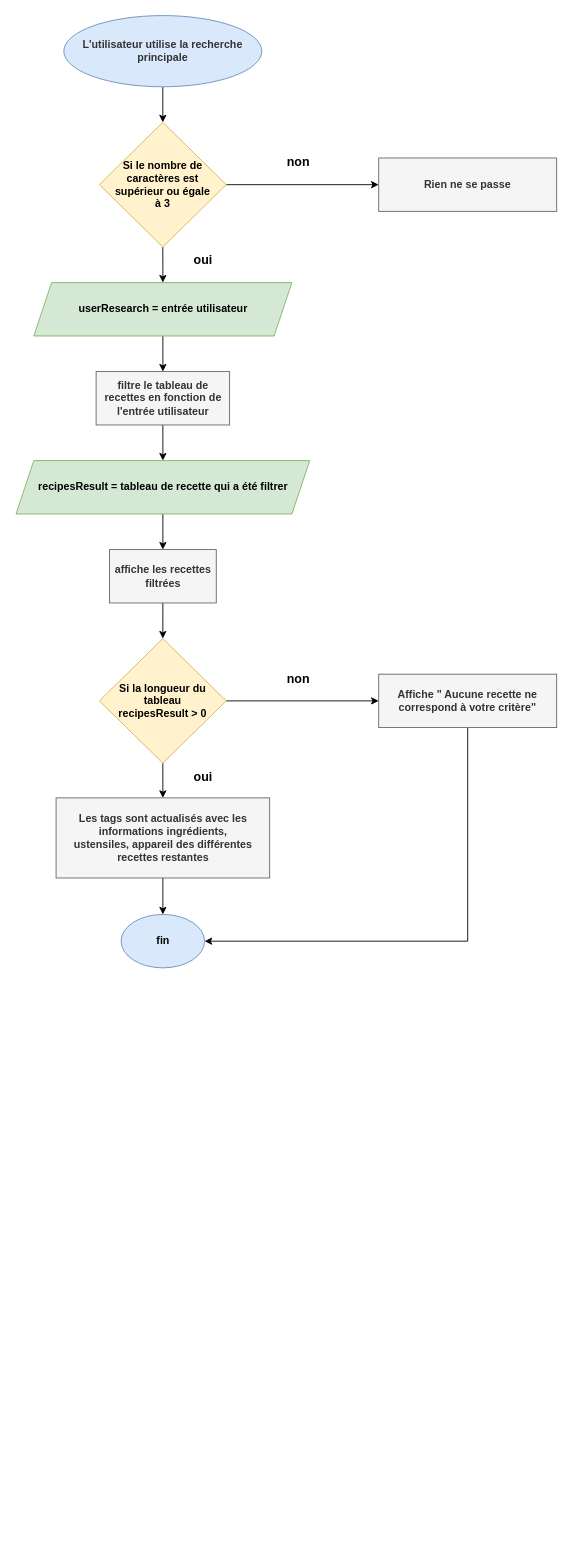
KevinGaborel/Les-petits-plats keeps this draw.io diagram as uml.drawio. Above is the earlier version. Source tidied: cells renumbered, new cells numbered last; positions are measured from the earlier drawing's top-left corner, leaving out a move shared by most shapes. Both pictures are drawn from the tidied source at 89%, with x=0, y=0 at pixel (15, 15).
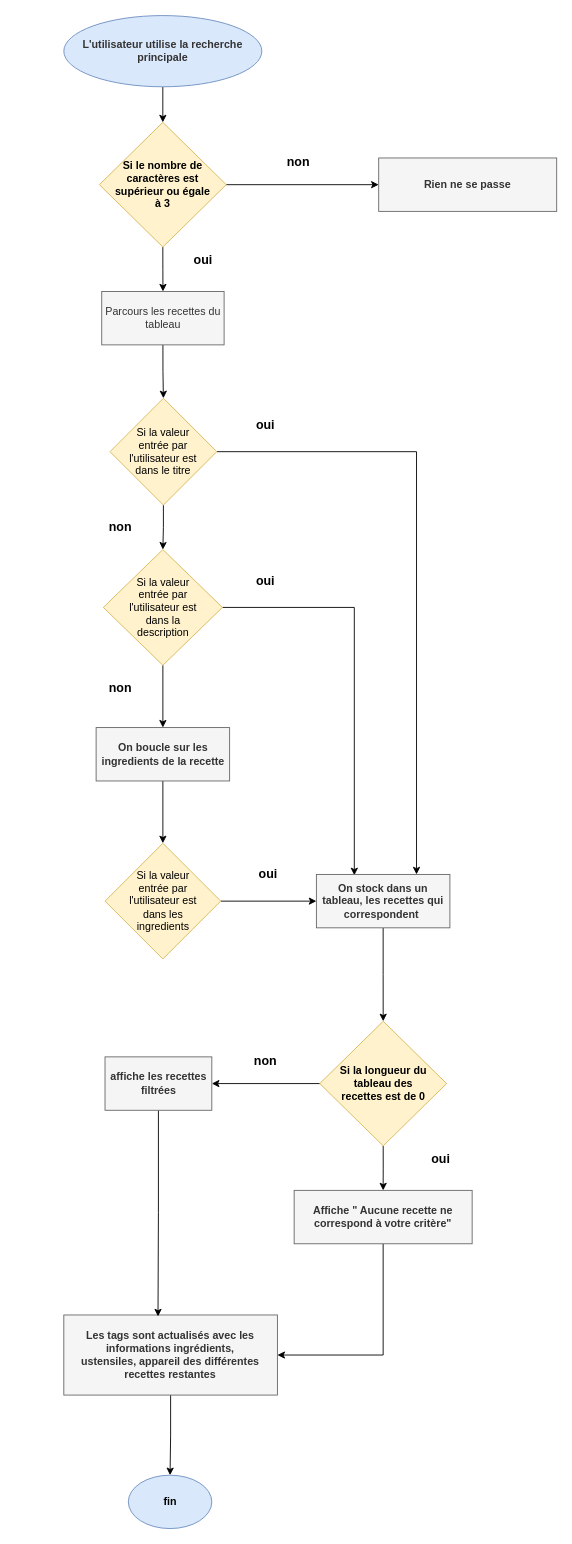
The same diagram, later.

Unchanged cells that the change refers to:
```xml
<mxCell id="6" value="&lt;b&gt;Si le nombre de caractères est supérieur ou égale à 3&lt;/b&gt;" style="rhombus;whiteSpace=wrap;html=1;spacing=15;fillColor=#fff2cc;strokeColor=#d6b656;" parent="1" vertex="1">
  <mxGeometry x="94.2" y="120" width="142.5" height="140" as="geometry" />
</mxCell>
```

The edit, as a diff of the source:
```diff
@@
-    <mxCell id="4" style="edgeStyle=orthogonalEdgeStyle;rounded=0;jettySize=auto;html=1;exitX=0.5;exitY=1;exitDx=0;exitDy=0;entryX=0.5;entryY=0;entryDx=0;entryDy=0;" parent="1" edge="1" source="6" target="12">
-      <mxGeometry relative="1" as="geometry" />
-    </mxCell>
@@
+    <mxCell id="28" style="edgeStyle=orthogonalEdgeStyle;rounded=0;jettySize=auto;html=1;exitX=0.5;exitY=1;exitDx=0;exitDy=0;" parent="1" edge="1" source="6" target="35">
+      <mxGeometry relative="1" as="geometry" />
+    </mxCell>
@@
-    <mxCell id="7" style="edgeStyle=orthogonalEdgeStyle;rounded=0;jettySize=auto;html=1;exitX=0.5;exitY=1;exitDx=0;exitDy=0;entryX=0.5;entryY=0;entryDx=0;entryDy=0;" parent="1" edge="1" source="8" target="10">
-      <mxGeometry relative="1" as="geometry" />
-    </mxCell>
-    <mxCell id="8" value="&lt;b&gt;filtre le tableau de recettes en fonction de l'entrée utilisateur&lt;/b&gt;" style="rounded=0;whiteSpace=wrap;html=1;fillColor=#f5f5f5;fontColor=#333333;strokeColor=#666666;" parent="1" vertex="1">
-      <mxGeometry x="90.5" y="400" width="150" height="60" as="geometry" />
-    </mxCell>
-    <mxCell id="9" style="edgeStyle=orthogonalEdgeStyle;rounded=0;jettySize=auto;html=1;exitX=0.5;exitY=1;exitDx=0;exitDy=0;entryX=0.5;entryY=0;entryDx=0;entryDy=0;" parent="1" edge="1" source="10" target="14">
-      <mxGeometry relative="1" as="geometry" />
-    </mxCell>
-    <mxCell id="10" value="&lt;b&gt;recipesResult = tableau de recette qui a été filtrer&lt;/b&gt;" style="shape=parallelogram;perimeter=parallelogramPerimeter;whiteSpace=wrap;html=1;fixedSize=1;fillColor=#d5e8d4;strokeColor=#82b366;" parent="1" vertex="1">
-      <mxGeometry x="0.5" y="500" width="330" height="60" as="geometry" />
-    </mxCell>
-    <mxCell id="11" style="edgeStyle=orthogonalEdgeStyle;rounded=0;jettySize=auto;html=1;exitX=0.5;exitY=1;exitDx=0;exitDy=0;entryX=0.5;entryY=0;entryDx=0;entryDy=0;" parent="1" edge="1" source="12" target="8">
-      <mxGeometry relative="1" as="geometry" />
-    </mxCell>
-    <mxCell id="12" value="&lt;b&gt;userResearch = entrée utilisateur&lt;/b&gt;" style="shape=parallelogram;perimeter=parallelogramPerimeter;whiteSpace=wrap;html=1;fixedSize=1;fillColor=#d5e8d4;strokeColor=#82b366;" parent="1" vertex="1">
-      <mxGeometry x="20.5" y="300" width="290" height="60" as="geometry" />
-    </mxCell>
-    <mxCell id="13" style="edgeStyle=orthogonalEdgeStyle;rounded=0;jettySize=auto;html=1;exitX=0.5;exitY=1;exitDx=0;exitDy=0;entryX=0.5;entryY=0;entryDx=0;entryDy=0;" parent="1" edge="1" source="14" target="20">
-      <mxGeometry relative="1" as="geometry" />
-    </mxCell>
-    <mxCell id="14" value="&lt;b&gt;affiche les recettes filtrées&lt;/b&gt;" style="rounded=0;whiteSpace=wrap;html=1;fillColor=#f5f5f5;fontColor=#333333;strokeColor=#666666;" parent="1" vertex="1">
-      <mxGeometry x="105.5" y="600" width="120" height="60" as="geometry" />
-    </mxCell>
@@
     <mxCell id="16" value="&lt;b style=&quot;color: rgb(51, 51, 51);&quot;&gt;Les tags sont actualisés avec les informations ingrédients,&lt;br&gt;ustensiles, appareil des différentes recettes restantes&lt;/b&gt;" style="rounded=0;whiteSpace=wrap;html=1;fillColor=#f5f5f5;fontColor=#333333;strokeColor=#666666;" parent="1" vertex="1">
-      <mxGeometry x="45.5" y="879" width="240" height="90" as="geometry" />
+      <mxGeometry x="54.2" y="1460" width="240" height="90" as="geometry" />
     </mxCell>
@@
-    <mxCell id="18" style="edgeStyle=orthogonalEdgeStyle;rounded=0;jettySize=auto;html=1;exitX=0.5;exitY=1;exitDx=0;exitDy=0;entryX=0.5;entryY=0;entryDx=0;entryDy=0;" parent="1" edge="1" source="20" target="16">
-      <mxGeometry relative="1" as="geometry" />
-    </mxCell>
-    <mxCell id="19" style="edgeStyle=orthogonalEdgeStyle;rounded=0;jettySize=auto;html=1;exitX=1;exitY=0.5;exitDx=0;exitDy=0;entryX=0;entryY=0.5;entryDx=0;entryDy=0;" parent="1" edge="1" source="20" target="22">
+    <mxCell id="19" style="edgeStyle=orthogonalEdgeStyle;rounded=0;jettySize=auto;html=1;exitX=0.5;exitY=1;exitDx=0;exitDy=0;entryX=0.5;entryY=0;entryDx=0;entryDy=0;" parent="1" edge="1" source="20" target="22">
       <mxGeometry relative="1" as="geometry" />
     </mxCell>
+    <mxCell id="29" style="edgeStyle=orthogonalEdgeStyle;rounded=0;jettySize=auto;html=1;exitX=0;exitY=0.5;exitDx=0;exitDy=0;entryX=1;entryY=0.5;entryDx=0;entryDy=0;" parent="1" edge="1" source="20" target="14">
+      <mxGeometry relative="1" as="geometry" />
+    </mxCell>
-    <mxCell id="20" value="&lt;b&gt;Si la longueur du tableau recipesResult &amp;gt; 0&lt;/b&gt;" style="rhombus;whiteSpace=wrap;html=1;spacing=15;fillColor=#fff2cc;strokeColor=#d6b656;" parent="1" vertex="1">
-      <mxGeometry x="94.2" y="700" width="142.5" height="140" as="geometry" />
+    <mxCell id="20" value="&lt;b&gt;Si la longueur du tableau des recettes est de 0&lt;/b&gt;" style="rhombus;whiteSpace=wrap;html=1;spacing=15;fillColor=#fff2cc;strokeColor=#d6b656;" parent="1" vertex="1">
+      <mxGeometry x="341.8" y="1130" width="142.5" height="140" as="geometry" />
     </mxCell>
-    <mxCell id="21" style="edgeStyle=orthogonalEdgeStyle;rounded=0;jettySize=auto;html=1;exitX=0.5;exitY=1;exitDx=0;exitDy=0;entryX=1;entryY=0.5;entryDx=0;entryDy=0;" parent="1" edge="1" source="22" target="23">
-      <mxGeometry relative="1" as="geometry" />
-    </mxCell>
+    <mxCell id="30" style="edgeStyle=orthogonalEdgeStyle;rounded=0;jettySize=auto;html=1;exitX=0.5;exitY=1;exitDx=0;exitDy=0;entryX=1;entryY=0.5;entryDx=0;entryDy=0;" parent="1" edge="1" source="22" target="16">
+      <mxGeometry relative="1" as="geometry" />
+    </mxCell>
     <mxCell id="22" value="&lt;b style=&quot;color: rgb(51, 51, 51);&quot;&gt;Affiche &quot; Aucune recette ne correspond à votre critère&quot;&lt;/b&gt;" style="rounded=0;whiteSpace=wrap;html=1;fillColor=#f5f5f5;fontColor=#333333;strokeColor=#666666;" parent="1" vertex="1">
-      <mxGeometry x="408" y="740" width="200" height="60" as="geometry" />
+      <mxGeometry x="313" y="1320" width="200" height="60" as="geometry" />
     </mxCell>
     <mxCell id="23" value="&lt;b&gt;fin&lt;/b&gt;" style="ellipse;whiteSpace=wrap;html=1;fillColor=#dae8fc;strokeColor=#6c8ebf;" parent="1" vertex="1">
-      <mxGeometry x="118.6" y="1010" width="93.8" height="60" as="geometry" />
+      <mxGeometry x="126.7" y="1640" width="93.8" height="60" as="geometry" />
     </mxCell>
-    <mxCell id="24" value="&lt;b&gt;&lt;font style=&quot;font-size: 14px;&quot;&gt;non&lt;/font&gt;&lt;/b&gt;" style="text;html=1;align=center;verticalAlign=middle;whiteSpace=wrap;rounded=0;fillColor=default;" parent="1" vertex="1">
-      <mxGeometry x="288" y="730" width="60" height="30" as="geometry" />
-    </mxCell>
-    <mxCell id="25" value="&lt;b&gt;&lt;font style=&quot;font-size: 14px;&quot;&gt;oui&lt;/font&gt;&lt;/b&gt;" style="text;html=1;align=center;verticalAlign=middle;whiteSpace=wrap;rounded=0;fillColor=default;" parent="1" vertex="1">
-      <mxGeometry x="180.5" y="840" width="60" height="30" as="geometry" />
-    </mxCell>
@@
+    <mxCell id="31" style="edgeStyle=orthogonalEdgeStyle;rounded=0;jettySize=auto;html=1;exitX=0.5;exitY=1;exitDx=0;exitDy=0;entryX=0.5;entryY=0;entryDx=0;entryDy=0;" parent="1" edge="1" source="33" target="38">
+      <mxGeometry relative="1" as="geometry" />
+    </mxCell>
+    <mxCell id="32" style="edgeStyle=orthogonalEdgeStyle;rounded=0;jettySize=auto;html=1;exitX=1;exitY=0.5;exitDx=0;exitDy=0;entryX=0.75;entryY=0;entryDx=0;entryDy=0;" parent="1" edge="1" source="33" target="49">
+      <mxGeometry relative="1" as="geometry" />
+    </mxCell>
+    <mxCell id="33" value="Si la valeur entrée par l'utilisateur est dans le titre" style="rhombus;whiteSpace=wrap;html=1;spacing=13;fillColor=#fff2cc;strokeColor=#d6b656;" parent="1" vertex="1">
+      <mxGeometry x="106.1" y="430" width="120" height="120" as="geometry" />
+    </mxCell>
+    <mxCell id="34" style="edgeStyle=orthogonalEdgeStyle;rounded=0;jettySize=auto;html=1;exitX=0.5;exitY=1;exitDx=0;exitDy=0;entryX=0.5;entryY=0;entryDx=0;entryDy=0;" parent="1" edge="1" source="35" target="33">
+      <mxGeometry relative="1" as="geometry" />
+    </mxCell>
+    <mxCell id="35" value="Parcours les recettes du tableau" style="rounded=0;whiteSpace=wrap;html=1;fillColor=#f5f5f5;fontColor=#333333;strokeColor=#666666;" parent="1" vertex="1">
+      <mxGeometry x="96.8" y="310" width="137.5" height="60" as="geometry" />
+    </mxCell>
+    <mxCell id="36" style="edgeStyle=orthogonalEdgeStyle;rounded=0;jettySize=auto;html=1;exitX=1;exitY=0.5;exitDx=0;exitDy=0;entryX=0.284;entryY=0.017;entryDx=0;entryDy=0;entryPerimeter=0;" parent="1" edge="1" source="38" target="49">
+      <mxGeometry relative="1" as="geometry" />
+    </mxCell>
+    <mxCell id="37" style="edgeStyle=orthogonalEdgeStyle;rounded=0;jettySize=auto;html=1;exitX=0.5;exitY=1;exitDx=0;exitDy=0;entryX=0.5;entryY=0;entryDx=0;entryDy=0;" parent="1" edge="1" source="38" target="51">
+      <mxGeometry relative="1" as="geometry" />
+    </mxCell>
+    <mxCell id="38" value="Si la valeur entrée par l'utilisateur est dans la description" style="rhombus;whiteSpace=wrap;html=1;spacing=21;fillColor=#fff2cc;strokeColor=#d6b656;" parent="1" vertex="1">
+      <mxGeometry x="98.6" y="600" width="133.8" height="130" as="geometry" />
+    </mxCell>
+    <mxCell id="39" style="edgeStyle=orthogonalEdgeStyle;rounded=0;jettySize=auto;html=1;exitX=1;exitY=0.5;exitDx=0;exitDy=0;entryX=0;entryY=0.5;entryDx=0;entryDy=0;" parent="1" edge="1" source="40" target="49">
+      <mxGeometry relative="1" as="geometry" />
+    </mxCell>
+    <mxCell id="40" value="Si la valeur entrée par l'utilisateur est dans les ingredients" style="rhombus;whiteSpace=wrap;html=1;spacing=18;fillColor=#fff2cc;strokeColor=#d6b656;" parent="1" vertex="1">
+      <mxGeometry x="100.5" y="930" width="130" height="130" as="geometry" />
+    </mxCell>
+    <mxCell id="41" value="&lt;b&gt;&lt;font style=&quot;font-size: 14px;&quot;&gt;oui&lt;/font&gt;&lt;/b&gt;" style="text;html=1;align=center;verticalAlign=middle;whiteSpace=wrap;rounded=0;fillColor=default;" parent="1" vertex="1">
+      <mxGeometry x="250.5" y="445" width="60" height="30" as="geometry" />
+    </mxCell>
+    <mxCell id="42" value="&lt;b&gt;&lt;font style=&quot;font-size: 14px;&quot;&gt;oui&lt;/font&gt;&lt;/b&gt;" style="text;html=1;align=center;verticalAlign=middle;whiteSpace=wrap;rounded=0;fillColor=default;" parent="1" vertex="1">
+      <mxGeometry x="250.5" y="620" width="60" height="30" as="geometry" />
+    </mxCell>
+    <mxCell id="43" value="&lt;b&gt;&lt;font style=&quot;font-size: 14px;&quot;&gt;oui&lt;/font&gt;&lt;/b&gt;" style="text;html=1;align=center;verticalAlign=middle;whiteSpace=wrap;rounded=0;fillColor=default;" parent="1" vertex="1">
+      <mxGeometry x="254.2" y="950" width="60" height="30" as="geometry" />
+    </mxCell>
+    <mxCell id="44" value="&lt;b&gt;&lt;font style=&quot;font-size: 14px;&quot;&gt;non&lt;/font&gt;&lt;/b&gt;" style="text;html=1;align=center;verticalAlign=middle;whiteSpace=wrap;rounded=0;fillColor=default;" parent="1" vertex="1">
+      <mxGeometry x="88" y="560" width="60" height="30" as="geometry" />
+    </mxCell>
+    <mxCell id="45" value="&lt;b&gt;&lt;font style=&quot;font-size: 14px;&quot;&gt;non&lt;/font&gt;&lt;/b&gt;" style="text;html=1;align=center;verticalAlign=middle;whiteSpace=wrap;rounded=0;fillColor=default;" parent="1" vertex="1">
+      <mxGeometry x="88" y="740" width="60" height="30" as="geometry" />
+    </mxCell>
+    <mxCell id="46" value="&lt;b&gt;&lt;font style=&quot;font-size: 14px;&quot;&gt;non&lt;/font&gt;&lt;/b&gt;" style="text;html=1;align=center;verticalAlign=middle;whiteSpace=wrap;rounded=0;fillColor=default;" parent="1" vertex="1">
+      <mxGeometry x="250.5" y="1160" width="60" height="30" as="geometry" />
+    </mxCell>
+    <mxCell id="47" style="edgeStyle=orthogonalEdgeStyle;rounded=0;jettySize=auto;html=1;exitX=0.5;exitY=1;exitDx=0;exitDy=0;entryX=0.441;entryY=0.018;entryDx=0;entryDy=0;entryPerimeter=0;" parent="1" edge="1" source="14" target="16">
+      <mxGeometry relative="1" as="geometry" />
+    </mxCell>
+    <mxCell id="14" value="&lt;b&gt;affiche les recettes filtrées&lt;/b&gt;" style="rounded=0;whiteSpace=wrap;html=1;fillColor=#f5f5f5;fontColor=#333333;strokeColor=#666666;" parent="1" vertex="1">
+      <mxGeometry x="100.5" y="1170" width="120" height="60" as="geometry" />
+    </mxCell>
+    <mxCell id="48" style="edgeStyle=orthogonalEdgeStyle;rounded=0;jettySize=auto;html=1;exitX=0.5;exitY=1;exitDx=0;exitDy=0;entryX=0.5;entryY=0;entryDx=0;entryDy=0;" parent="1" edge="1" source="49" target="20">
+      <mxGeometry relative="1" as="geometry" />
+    </mxCell>
+    <mxCell id="49" value="&lt;b&gt;On stock dans un tableau, les recettes qui correspondent&amp;nbsp;&lt;/b&gt;" style="rounded=0;whiteSpace=wrap;html=1;fillColor=#f5f5f5;fontColor=#333333;strokeColor=#666666;" parent="1" vertex="1">
+      <mxGeometry x="338" y="965" width="150" height="60" as="geometry" />
+    </mxCell>
+    <mxCell id="50" style="edgeStyle=orthogonalEdgeStyle;rounded=0;jettySize=auto;html=1;exitX=0.5;exitY=1;exitDx=0;exitDy=0;" parent="1" edge="1" source="51" target="40">
+      <mxGeometry relative="1" as="geometry" />
+    </mxCell>
+    <mxCell id="51" value="&lt;b&gt;On boucle sur les ingredients de la recette&lt;/b&gt;" style="rounded=0;whiteSpace=wrap;html=1;fillColor=#f5f5f5;fontColor=#333333;strokeColor=#666666;" parent="1" vertex="1">
+      <mxGeometry x="90.5" y="800" width="150" height="60" as="geometry" />
+    </mxCell>
+    <mxCell id="52" value="&lt;b&gt;&lt;font style=&quot;font-size: 14px;&quot;&gt;oui&lt;/font&gt;&lt;/b&gt;" style="text;html=1;align=center;verticalAlign=middle;whiteSpace=wrap;rounded=0;fillColor=default;" parent="1" vertex="1">
+      <mxGeometry x="448" y="1270" width="60" height="30" as="geometry" />
+    </mxCell>
```
